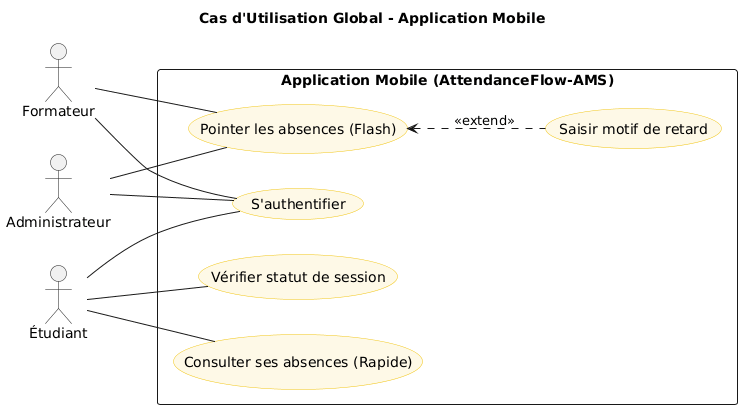
This is docs/images/global-m.png from abdelhaymallouli/AttendanceFlow-AMS, a PlantUML export, as it was before one commit. The source it was exported from:
```plantuml
@startuml
title Cas d'Utilisation Global - Application Mobile
left to right direction

skinparam usecase {
  BackgroundColor #FEF9E7
  BorderColor #F1C40F
}

actor "Formateur" as Trainer
actor "Administrateur" as Admin
actor "Étudiant" as Student

rectangle "Application Mobile (AttendanceFlow-AMS)" {
    usecase "S'authentifier" as UC_M01
    usecase "Pointer les absences (Flash)" as UC_M02
    usecase "Saisir motif de retard" as UC_M02a
    usecase "Consulter ses absences (Rapide)" as UC_M06
    usecase "Vérifier statut de session" as UC_M08
}

Trainer -- UC_M01
Trainer -- UC_M02
UC_M02 <.. UC_M02a : <<extend>>

Admin -- UC_M01
Admin -- UC_M02

Student -- UC_M01
Student -- UC_M06
Student -- UC_M08
@enduml
```
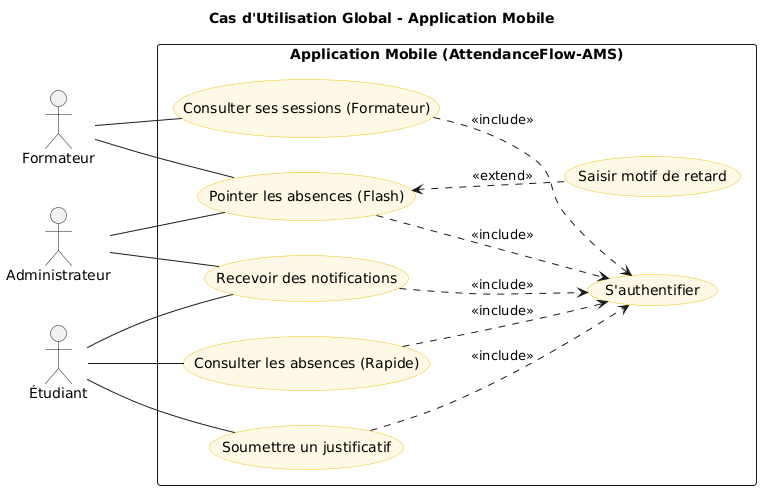
Above is the later version.

The edit, as a diff of the source:
```diff
@@ -13,20 +13,30 @@
 
 rectangle "Application Mobile (AttendanceFlow-AMS)" {
     usecase "S'authentifier" as UC_M01
+    usecase "Consulter les absences (Rapide)" as UC_M06
+    usecase "Consulter ses sessions (Formateur)" as UC_M08
+    usecase "Recevoir des notifications" as UC_M09
+
     usecase "Pointer les absences (Flash)" as UC_M02
     usecase "Saisir motif de retard" as UC_M02a
-    usecase "Consulter ses absences (Rapide)" as UC_M06
-    usecase "Vérifier statut de session" as UC_M08
+    usecase "Soumettre un justificatif" as UC_M03
 }
 
-Trainer -- UC_M01
-Trainer -- UC_M02
+UC_M06 ..> UC_M01 : <<include>>
+UC_M08 ..> UC_M01 : <<include>>
+UC_M09 ..> UC_M01 : <<include>>
+UC_M02 ..> UC_M01 : <<include>>
+UC_M03 ..> UC_M01 : <<include>>
+
 UC_M02 <.. UC_M02a : <<extend>>
 
-Admin -- UC_M01
+Trainer -- UC_M08
+Trainer -- UC_M02
+
 Admin -- UC_M02
+Admin -- UC_M09
 
-Student -- UC_M01
 Student -- UC_M06
-Student -- UC_M08
+Student -- UC_M09
+Student -- UC_M03
 @enduml
```
